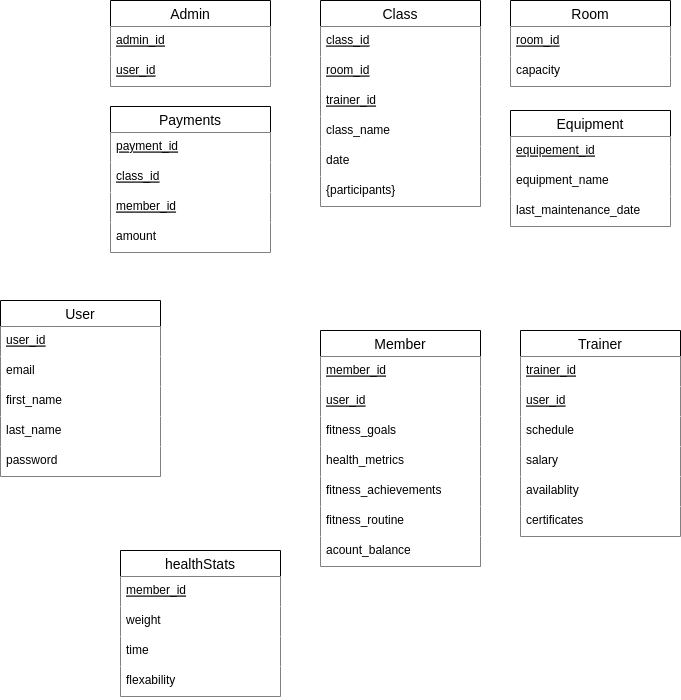
Above: diagrams/er-model.png in ArthurAtangana/club-management-system (draw.io), before the change. Source tidied: cells renumbered, new cells last; positions are measured from the earlier drawing's top-left corner, leaving out a move shared by most shapes.
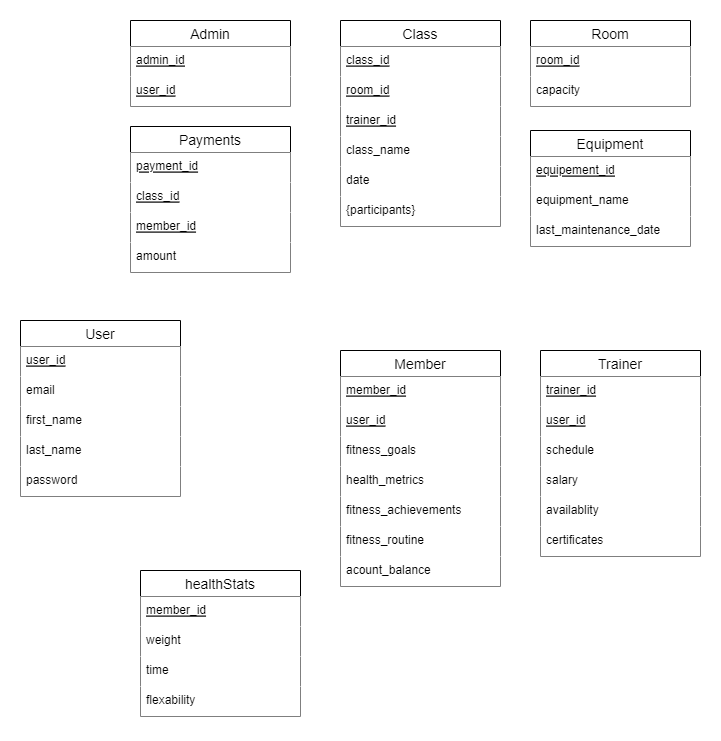
After the change.

Diff of the diagram source:
```diff
@@ -2,6 +2,9 @@
   <root>
     <mxCell id="0" />
     <mxCell id="1" parent="0" />
+    <mxCell id="50" style="rounded=0;whiteSpace=wrap;html=1;strokeColor=none;" parent="1" vertex="1">
+      <mxGeometry x="-20" y="-20" width="720" height="740" as="geometry" />
+    </mxCell>
     <mxCell id="2" value="Room" style="swimlane;fontStyle=0;horizontal=1;startSize=26;align=center;fontSize=14;fillColor=default;" parent="1" vertex="1">
       <mxGeometry x="510" width="160" height="86" as="geometry" />
     </mxCell>
```
